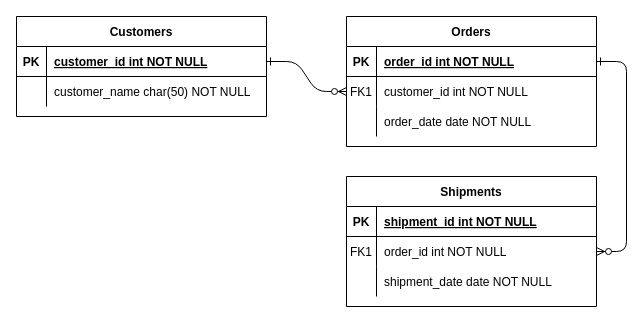
Before: page "Page-1" (1 of 2) of 제목 없는 다이어그램.drawio in 201810902/git-practice, a draw.io diagram. Source tidied: cells renumbered, new cells numbered last; positions are measured from the earlier drawing's top-left corner, leaving out a move shared by most shapes. Both pictures are drawn from the tidied source at 100%, with x=0, y=0 at pixel (16, 16).
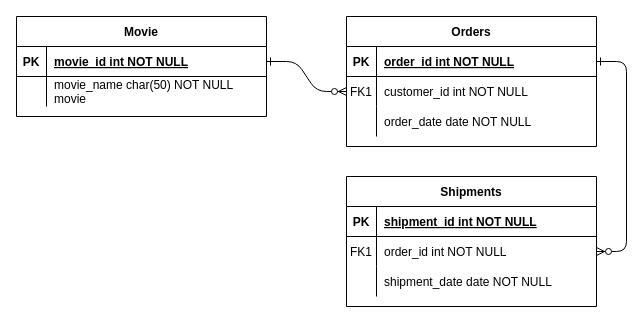
The same page after the edit.

Commit message:
타잉ERD.drawio 업데이트

Unchanged cells that the change refers to:
```xml
<mxCell id="25" style="shape=partialRectangle;fillColor=none;points=[[0,0.5],[1,0.5]];portConstraint=eastwest;top=0;left=0;right=0;bottom=1;" parent="24" vertex="1">
  <mxGeometry y="30" width="250" height="30" as="geometry" />
</mxCell>
<mxCell id="28" style="shape=partialRectangle;fillColor=none;top=0;left=0;right=0;bottom=0;" parent="24" vertex="1">
  <mxGeometry y="60" width="250" height="30" as="geometry" />
</mxCell>
```

Change to the diagram source:
```diff
@@
-    <mxCell id="24" value="Customers" style="shape=table;startSize=30;childLayout=tableLayout;rowLines=0;fontStyle=1;align=center;" parent="1" vertex="1">
+    <mxCell id="24" value="Movie" style="shape=table;startSize=30;childLayout=tableLayout;rowLines=0;fontStyle=1;align=center;" parent="1" vertex="1">
       <mxGeometry width="250" height="100" as="geometry" />
     </mxCell>
@@
-    <mxCell id="27" value="customer_id int NOT NULL " style="shape=partialRectangle;overflow=hidden;fillColor=none;top=0;left=0;bottom=0;right=0;align=left;spacingLeft=6;fontStyle=5;" parent="25" vertex="1">
+    <mxCell id="27" value="movie_id int NOT NULL " style="shape=partialRectangle;overflow=hidden;fillColor=none;top=0;left=0;bottom=0;right=0;align=left;spacingLeft=6;fontStyle=5;" parent="25" vertex="1">
       <mxGeometry x="30" width="220" height="30" as="geometry" />
     </mxCell>
@@
-    <mxCell id="30" value="customer_name char(50) NOT NULL" style="shape=partialRectangle;overflow=hidden;fillColor=none;top=0;left=0;bottom=0;right=0;align=left;spacingLeft=6;" parent="28" vertex="1">
+    <mxCell id="30" value="movie_name char(50) NOT NULL&#10;movie" style="shape=partialRectangle;overflow=hidden;fillColor=none;top=0;left=0;bottom=0;right=0;align=left;spacingLeft=6;" parent="28" vertex="1">
       <mxGeometry x="30" width="220" height="30" as="geometry" />
     </mxCell>
```
